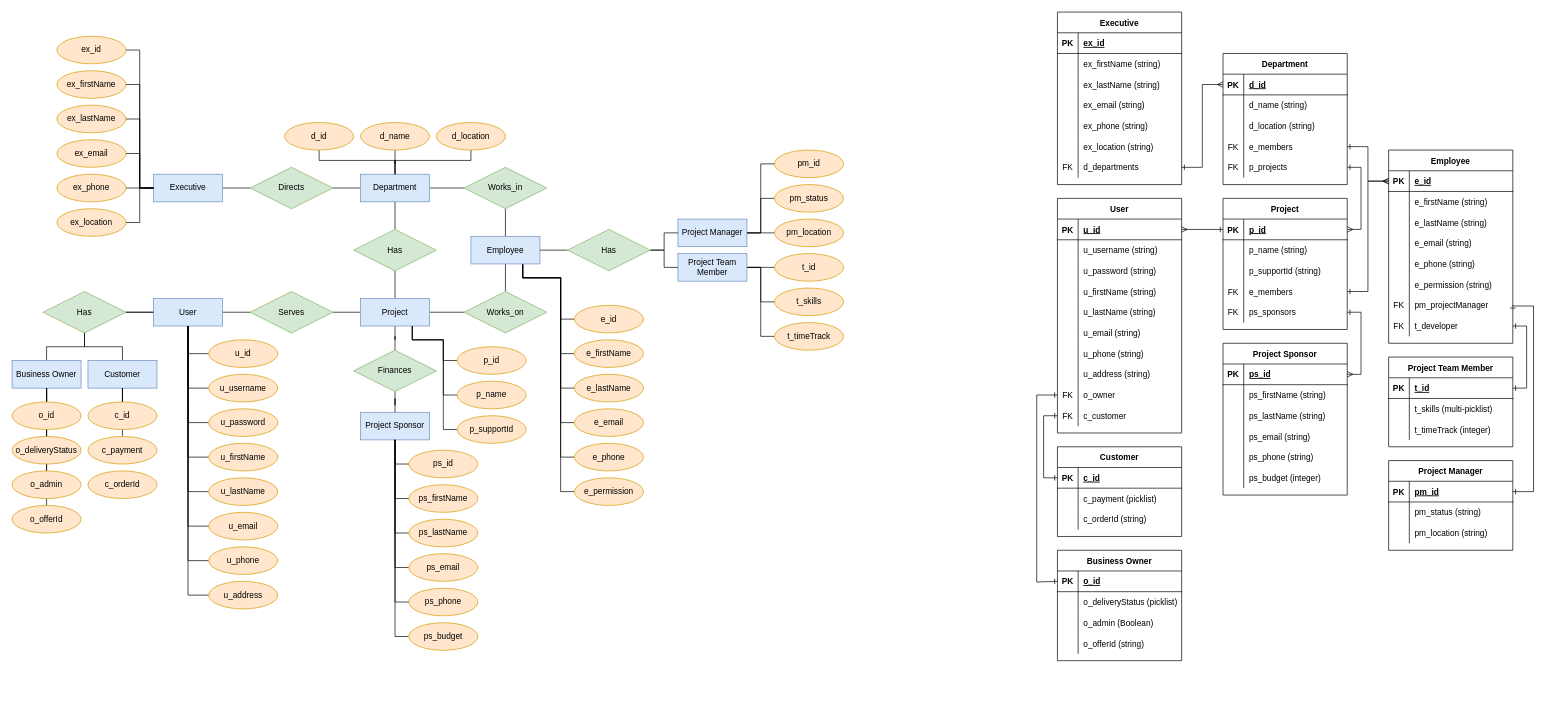
Earlier version of the draw.io diagram uagc/cpt310/Online Food Ordering Database Updated.drawio (chongjk88/education). Source tidied: cells renumbered, new cells numbered last; positions are measured from the earlier drawing's top-left corner, leaving out a move shared by most shapes. Both pictures are drawn from the tidied source at 69%, with x=0, y=0 at pixel (12, 12).
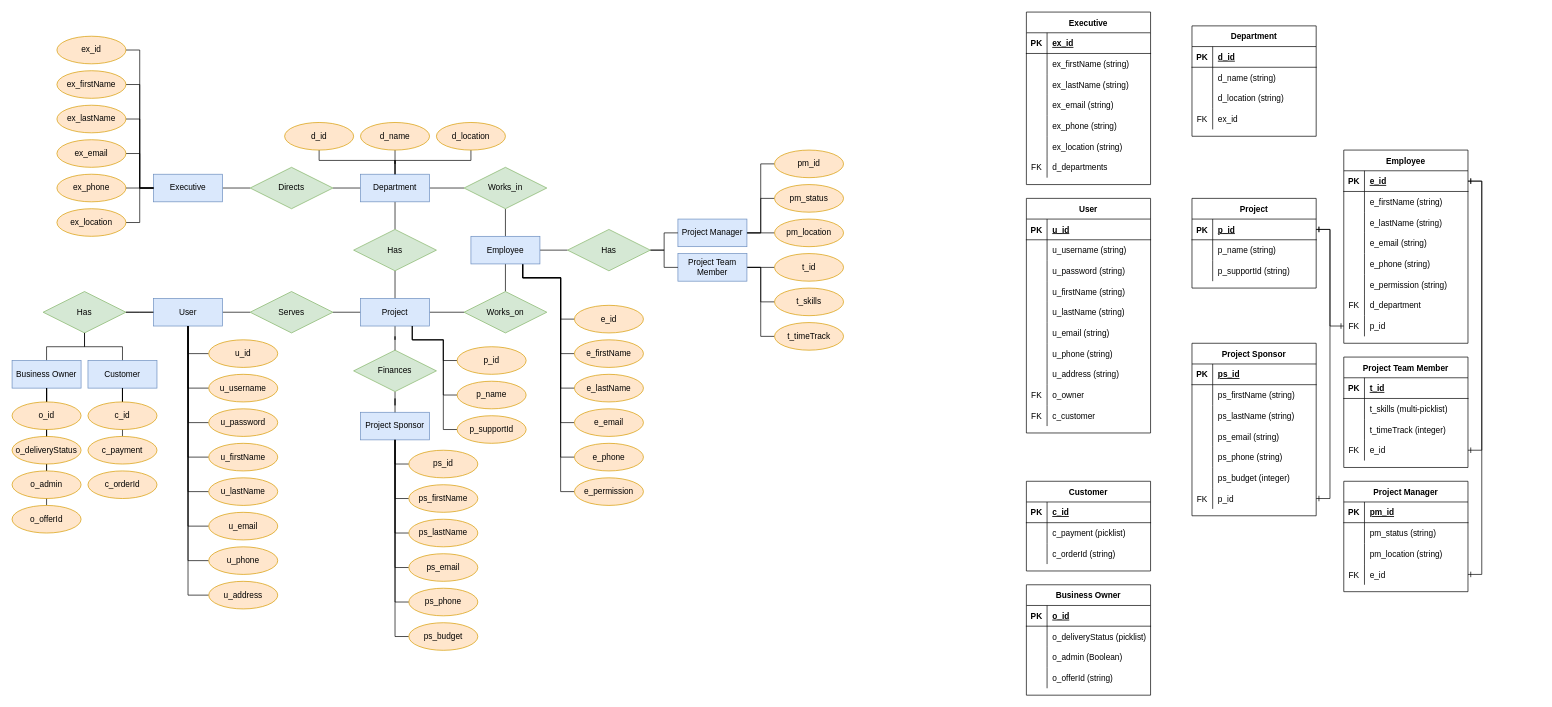
The same diagram, later.

The change refers to these unchanged cells:
```xml
<mxCell id="140" style="shape=tableRow;horizontal=0;startSize=0;swimlaneHead=0;swimlaneBody=0;fillColor=none;points=[[0,0.5],[1,0.5]];portConstraint=eastwest;top=0;left=0;right=0;bottom=0;" parent="121" vertex="1">
  <mxGeometry y="210" width="180" height="30" as="geometry" />
</mxCell>
<mxCell id="145" style="shape=tableRow;horizontal=0;startSize=0;swimlaneHead=0;swimlaneBody=0;fillColor=none;points=[[0,0.5],[1,0.5]];portConstraint=eastwest;top=0;left=0;right=0;bottom=1;" parent="144" vertex="1">
  <mxGeometry y="30" width="180" height="30" as="geometry" />
</mxCell>
<mxCell id="154" style="shape=tableRow;horizontal=0;startSize=0;swimlaneHead=0;swimlaneBody=0;fillColor=none;points=[[0,0.5],[1,0.5]];portConstraint=eastwest;top=0;left=0;right=0;bottom=0;" parent="144" vertex="1">
  <mxGeometry y="120" width="180" height="30" as="geometry" />
</mxCell>
<mxCell id="161" style="shape=tableRow;horizontal=0;startSize=0;swimlaneHead=0;swimlaneBody=0;fillColor=none;points=[[0,0.5],[1,0.5]];portConstraint=eastwest;top=0;left=0;right=0;bottom=1;" parent="160" vertex="1">
  <mxGeometry y="30" width="180" height="30" as="geometry" />
</mxCell>
<mxCell id="177" style="shape=tableRow;horizontal=0;startSize=0;swimlaneHead=0;swimlaneBody=0;fillColor=none;points=[[0,0.5],[1,0.5]];portConstraint=eastwest;top=0;left=0;right=0;bottom=1;" parent="176" vertex="1">
  <mxGeometry y="30" width="180" height="30" as="geometry" />
</mxCell>
<mxCell id="201" style="shape=tableRow;horizontal=0;startSize=0;swimlaneHead=0;swimlaneBody=0;fillColor=none;points=[[0,0.5],[1,0.5]];portConstraint=eastwest;top=0;left=0;right=0;bottom=0;" parent="176" vertex="1">
  <mxGeometry y="270" width="180" height="30" as="geometry" />
</mxCell>
<mxCell id="204" style="shape=tableRow;horizontal=0;startSize=0;swimlaneHead=0;swimlaneBody=0;fillColor=none;points=[[0,0.5],[1,0.5]];portConstraint=eastwest;top=0;left=0;right=0;bottom=0;" parent="176" vertex="1">
  <mxGeometry y="300" width="180" height="30" as="geometry" />
</mxCell>
<mxCell id="208" style="shape=tableRow;horizontal=0;startSize=0;swimlaneHead=0;swimlaneBody=0;fillColor=none;points=[[0,0.5],[1,0.5]];portConstraint=eastwest;top=0;left=0;right=0;bottom=1;" parent="207" vertex="1">
  <mxGeometry y="30" width="180" height="30" as="geometry" />
</mxCell>
<mxCell id="221" style="shape=tableRow;horizontal=0;startSize=0;swimlaneHead=0;swimlaneBody=0;fillColor=none;points=[[0,0.5],[1,0.5]];portConstraint=eastwest;top=0;left=0;right=0;bottom=1;" parent="220" vertex="1">
  <mxGeometry y="30" width="180" height="30" as="geometry" />
</mxCell>
<mxCell id="231" style="shape=tableRow;horizontal=0;startSize=0;swimlaneHead=0;swimlaneBody=0;fillColor=none;points=[[0,0.5],[1,0.5]];portConstraint=eastwest;top=0;left=0;right=0;bottom=1;" parent="230" vertex="1">
  <mxGeometry y="30" width="180" height="30" as="geometry" />
</mxCell>
<mxCell id="249" style="shape=tableRow;horizontal=0;startSize=0;swimlaneHead=0;swimlaneBody=0;fillColor=none;points=[[0,0.5],[1,0.5]];portConstraint=eastwest;top=0;left=0;right=0;bottom=0;" parent="230" vertex="1">
  <mxGeometry y="210" width="180" height="30" as="geometry" />
</mxCell>
<mxCell id="252" style="shape=tableRow;horizontal=0;startSize=0;swimlaneHead=0;swimlaneBody=0;fillColor=none;points=[[0,0.5],[1,0.5]];portConstraint=eastwest;top=0;left=0;right=0;bottom=0;" parent="230" vertex="1">
  <mxGeometry y="240" width="180" height="30" as="geometry" />
</mxCell>
<mxCell id="256" style="shape=tableRow;horizontal=0;startSize=0;swimlaneHead=0;swimlaneBody=0;fillColor=none;points=[[0,0.5],[1,0.5]];portConstraint=eastwest;top=0;left=0;right=0;bottom=1;" parent="255" vertex="1">
  <mxGeometry y="30" width="180" height="30" as="geometry" />
</mxCell>
<mxCell id="266" style="shape=tableRow;horizontal=0;startSize=0;swimlaneHead=0;swimlaneBody=0;fillColor=none;points=[[0,0.5],[1,0.5]];portConstraint=eastwest;top=0;left=0;right=0;bottom=1;" parent="265" vertex="1">
  <mxGeometry y="30" width="180" height="30" as="geometry" />
</mxCell>
<mxCell id="276" style="shape=tableRow;horizontal=0;startSize=0;swimlaneHead=0;swimlaneBody=0;fillColor=none;points=[[0,0.5],[1,0.5]];portConstraint=eastwest;top=0;left=0;right=0;bottom=1;" parent="275" vertex="1">
  <mxGeometry y="30" width="180" height="30" as="geometry" />
</mxCell>
```

What changed in the source:
```diff
@@
-    <mxCell id="120" style="edgeStyle=orthogonalEdgeStyle;rounded=0;jettySize=auto;html=1;entryX=0;entryY=0.5;entryDx=0;entryDy=0;endArrow=ERmany;endFill=0;startArrow=ERone;startFill=0;exitX=1;exitY=0.5;exitDx=0;exitDy=0;" parent="1" edge="1" source="140" target="145">
-      <mxGeometry relative="1" as="geometry" />
-    </mxCell>
     <mxCell id="121" value="Executive" style="shape=table;startSize=30;childLayout=tableLayout;rowLines=0;fontStyle=1;align=center;" parent="1" vertex="1">
-      <mxGeometry x="1515" width="180" height="250" as="geometry" />
+      <mxGeometry x="1470" width="180" height="250" as="geometry" />
     </mxCell>
@@
-    <mxCell id="143" style="edgeStyle=orthogonalEdgeStyle;rounded=0;jettySize=auto;html=1;entryX=0;entryY=0.5;entryDx=0;entryDy=0;startArrow=ERone;startFill=0;endArrow=ERmany;endFill=0;exitX=1;exitY=0.5;exitDx=0;exitDy=0;" parent="1" edge="1" source="154" target="231">
-      <mxGeometry relative="1" as="geometry" />
-    </mxCell>
     <mxCell id="144" value="Department" style="shape=table;startSize=30;childLayout=tableLayout;rowLines=0;fontStyle=1;align=center;" parent="1" vertex="1">
-      <mxGeometry x="1755" y="60" width="180" height="190" as="geometry" />
+      <mxGeometry x="1710" y="20" width="180" height="160" as="geometry" />
     </mxCell>
@@
-    <mxCell id="156" value="e_members" style="shape=partialRectangle;fillColor=none;top=0;left=0;bottom=0;right=0;align=left;spacingLeft=6;overflow=hidden;" parent="154" vertex="1">
+    <mxCell id="156" value="ex_id" style="shape=partialRectangle;fillColor=none;top=0;left=0;bottom=0;right=0;align=left;spacingLeft=6;overflow=hidden;" parent="154" vertex="1">
       <mxGeometry x="30" width="150" height="30" as="geometry" />
     </mxCell>
-    <mxCell id="157" style="shape=tableRow;horizontal=0;startSize=0;swimlaneHead=0;swimlaneBody=0;fillColor=none;points=[[0,0.5],[1,0.5]];portConstraint=eastwest;top=0;left=0;right=0;bottom=0;" parent="144" vertex="1">
-      <mxGeometry y="150" width="180" height="30" as="geometry" />
-    </mxCell>
-    <mxCell id="158" value="FK" style="shape=partialRectangle;fillColor=none;top=0;left=0;bottom=0;right=0;overflow=hidden;" parent="157" vertex="1">
-      <mxGeometry width="30" height="30" as="geometry" />
-    </mxCell>
-    <mxCell id="159" value="p_projects" style="shape=partialRectangle;fillColor=none;top=0;left=0;bottom=0;right=0;align=left;spacingLeft=6;overflow=hidden;" parent="157" vertex="1">
-      <mxGeometry x="30" width="150" height="30" as="geometry" />
-    </mxCell>
     <mxCell id="160" value="Project" style="shape=table;startSize=30;childLayout=tableLayout;rowLines=0;fontStyle=1;align=center;" parent="1" vertex="1">
-      <mxGeometry x="1755" y="270" width="180" height="190" as="geometry" />
+      <mxGeometry x="1710" y="270" width="180" height="130" as="geometry" />
     </mxCell>
@@
-    <mxCell id="170" style="shape=tableRow;horizontal=0;startSize=0;swimlaneHead=0;swimlaneBody=0;fillColor=none;points=[[0,0.5],[1,0.5]];portConstraint=eastwest;top=0;left=0;right=0;bottom=0;" parent="160" vertex="1">
-      <mxGeometry y="120" width="180" height="30" as="geometry" />
-    </mxCell>
-    <mxCell id="171" value="FK" style="shape=partialRectangle;fillColor=none;top=0;left=0;bottom=0;right=0;overflow=hidden;" parent="170" vertex="1">
-      <mxGeometry width="30" height="30" as="geometry" />
-    </mxCell>
-    <mxCell id="172" value="e_members" style="shape=partialRectangle;fillColor=none;top=0;left=0;bottom=0;right=0;align=left;spacingLeft=6;overflow=hidden;" parent="170" vertex="1">
-      <mxGeometry x="30" width="150" height="30" as="geometry" />
-    </mxCell>
-    <mxCell id="173" style="shape=tableRow;horizontal=0;startSize=0;swimlaneHead=0;swimlaneBody=0;fillColor=none;points=[[0,0.5],[1,0.5]];portConstraint=eastwest;top=0;left=0;right=0;bottom=0;" parent="160" vertex="1">
-      <mxGeometry y="150" width="180" height="30" as="geometry" />
-    </mxCell>
-    <mxCell id="174" value="FK" style="shape=partialRectangle;fillColor=none;top=0;left=0;bottom=0;right=0;overflow=hidden;" parent="173" vertex="1">
-      <mxGeometry width="30" height="30" as="geometry" />
-    </mxCell>
-    <mxCell id="175" value="ps_sponsors" style="shape=partialRectangle;fillColor=none;top=0;left=0;bottom=0;right=0;align=left;spacingLeft=6;overflow=hidden;" parent="173" vertex="1">
-      <mxGeometry x="30" width="150" height="30" as="geometry" />
-    </mxCell>
     <mxCell id="176" value="User" style="shape=table;startSize=30;childLayout=tableLayout;rowLines=0;fontStyle=1;align=center;" parent="1" vertex="1">
-      <mxGeometry x="1515" y="270" width="180" height="340" as="geometry" />
+      <mxGeometry x="1470" y="270" width="180" height="340" as="geometry" />
     </mxCell>
@@
     <mxCell id="207" value="Business Owner" style="shape=table;startSize=30;childLayout=tableLayout;rowLines=0;fontStyle=1;align=center;" parent="1" vertex="1">
-      <mxGeometry x="1515" y="780" width="180" height="160" as="geometry" />
+      <mxGeometry x="1470" y="830" width="180" height="160" as="geometry" />
     </mxCell>
@@
     <mxCell id="220" value="Customer" style="shape=table;startSize=30;childLayout=tableLayout;rowLines=0;fontStyle=1;align=center;" parent="1" vertex="1">
-      <mxGeometry x="1515" y="630" width="180" height="130" as="geometry" />
+      <mxGeometry x="1470" y="680" width="180" height="130" as="geometry" />
     </mxCell>
@@
     <mxCell id="230" value="Employee" style="shape=table;startSize=30;childLayout=tableLayout;rowLines=0;fontStyle=1;align=center;" parent="1" vertex="1">
-      <mxGeometry x="1995" y="200" width="180" height="280" as="geometry" />
+      <mxGeometry x="1930" y="200" width="180" height="280" as="geometry" />
     </mxCell>
@@
-    <mxCell id="251" value="pm_projectManager" style="shape=partialRectangle;fillColor=none;top=0;left=0;bottom=0;right=0;align=left;spacingLeft=6;overflow=hidden;" parent="249" vertex="1">
+    <mxCell id="251" value="d_department" style="shape=partialRectangle;fillColor=none;top=0;left=0;bottom=0;right=0;align=left;spacingLeft=6;overflow=hidden;" parent="249" vertex="1">
       <mxGeometry x="30" width="150" height="30" as="geometry" />
     </mxCell>
@@
-    <mxCell id="254" value="t_developer" style="shape=partialRectangle;fillColor=none;top=0;left=0;bottom=0;right=0;align=left;spacingLeft=6;overflow=hidden;" parent="252" vertex="1">
+    <mxCell id="254" value="p_id" style="shape=partialRectangle;fillColor=none;top=0;left=0;bottom=0;right=0;align=left;spacingLeft=6;overflow=hidden;" parent="252" vertex="1">
       <mxGeometry x="30" width="150" height="30" as="geometry" />
     </mxCell>
     <mxCell id="255" value="Project Manager" style="shape=table;startSize=30;childLayout=tableLayout;rowLines=0;fontStyle=1;align=center;" parent="1" vertex="1">
-      <mxGeometry x="1995" y="650" width="180" height="130" as="geometry" />
+      <mxGeometry x="1930" y="680" width="180" height="160" as="geometry" />
     </mxCell>
@@
+    <mxCell id="310" style="shape=tableRow;horizontal=0;startSize=0;swimlaneHead=0;swimlaneBody=0;fillColor=none;points=[[0,0.5],[1,0.5]];portConstraint=eastwest;top=0;left=0;right=0;bottom=0;" parent="255" vertex="1">
+      <mxGeometry y="120" width="180" height="30" as="geometry" />
+    </mxCell>
+    <mxCell id="311" value="FK" style="shape=partialRectangle;fillColor=none;top=0;left=0;bottom=0;right=0;overflow=hidden;" parent="310" vertex="1">
+      <mxGeometry width="30" height="30" as="geometry" />
+    </mxCell>
+    <mxCell id="312" value="e_id" style="shape=partialRectangle;fillColor=none;top=0;left=0;bottom=0;right=0;align=left;spacingLeft=6;overflow=hidden;" parent="310" vertex="1">
+      <mxGeometry x="30" width="150" height="30" as="geometry" />
+    </mxCell>
     <mxCell id="265" value="Project Team Member" style="shape=table;startSize=30;childLayout=tableLayout;rowLines=0;fontStyle=1;align=center;" parent="1" vertex="1">
-      <mxGeometry x="1995" y="500" width="180" height="130" as="geometry" />
+      <mxGeometry x="1930" y="500" width="180" height="160" as="geometry" />
     </mxCell>
@@
+    <mxCell id="313" style="shape=tableRow;horizontal=0;startSize=0;swimlaneHead=0;swimlaneBody=0;fillColor=none;points=[[0,0.5],[1,0.5]];portConstraint=eastwest;top=0;left=0;right=0;bottom=0;" parent="265" vertex="1">
+      <mxGeometry y="120" width="180" height="30" as="geometry" />
+    </mxCell>
+    <mxCell id="314" value="FK" style="shape=partialRectangle;fillColor=none;top=0;left=0;bottom=0;right=0;overflow=hidden;" parent="313" vertex="1">
+      <mxGeometry width="30" height="30" as="geometry" />
+    </mxCell>
+    <mxCell id="315" value="e_id" style="shape=partialRectangle;fillColor=none;top=0;left=0;bottom=0;right=0;align=left;spacingLeft=6;overflow=hidden;" parent="313" vertex="1">
+      <mxGeometry x="30" width="150" height="30" as="geometry" />
+    </mxCell>
     <mxCell id="275" value="Project Sponsor" style="shape=table;startSize=30;childLayout=tableLayout;rowLines=0;fontStyle=1;align=center;" parent="1" vertex="1">
-      <mxGeometry x="1755" y="480" width="180" height="220" as="geometry" />
+      <mxGeometry x="1710" y="480" width="180" height="250" as="geometry" />
     </mxCell>
@@
+    <mxCell id="316" style="shape=tableRow;horizontal=0;startSize=0;swimlaneHead=0;swimlaneBody=0;fillColor=none;points=[[0,0.5],[1,0.5]];portConstraint=eastwest;top=0;left=0;right=0;bottom=0;" parent="275" vertex="1">
+      <mxGeometry y="210" width="180" height="30" as="geometry" />
+    </mxCell>
+    <mxCell id="317" value="FK" style="shape=partialRectangle;fillColor=none;top=0;left=0;bottom=0;right=0;overflow=hidden;" parent="316" vertex="1">
+      <mxGeometry width="30" height="30" as="geometry" />
+    </mxCell>
+    <mxCell id="318" value="p_id" style="shape=partialRectangle;fillColor=none;top=0;left=0;bottom=0;right=0;align=left;spacingLeft=6;overflow=hidden;" parent="316" vertex="1">
+      <mxGeometry x="30" width="150" height="30" as="geometry" />
+    </mxCell>
@@
-    <mxCell id="302" style="edgeStyle=orthogonalEdgeStyle;rounded=0;jettySize=auto;html=1;entryX=1;entryY=0.5;entryDx=0;entryDy=0;startArrow=ERone;startFill=0;endArrow=ERmany;endFill=0;" parent="1" edge="1" source="161" target="177">
-      <mxGeometry relative="1" as="geometry" />
-    </mxCell>
-    <mxCell id="303" style="edgeStyle=orthogonalEdgeStyle;rounded=0;jettySize=auto;html=1;entryX=0;entryY=0.5;entryDx=0;entryDy=0;startArrow=ERone;startFill=0;endArrow=ERmany;endFill=0;exitX=1;exitY=0.5;exitDx=0;exitDy=0;" parent="1" edge="1" source="170" target="231">
-      <mxGeometry relative="1" as="geometry" />
-    </mxCell>
-    <mxCell id="304" style="edgeStyle=orthogonalEdgeStyle;rounded=0;jettySize=auto;html=1;exitX=1;exitY=0.5;exitDx=0;exitDy=0;entryX=1;entryY=0.5;entryDx=0;entryDy=0;startArrow=ERone;startFill=0;endArrow=ERmany;endFill=0;" parent="1" edge="1" source="157" target="161">
-      <mxGeometry relative="1" as="geometry" />
-    </mxCell>
-    <mxCell id="305" style="edgeStyle=orthogonalEdgeStyle;rounded=0;jettySize=auto;html=1;exitX=1;exitY=0.5;exitDx=0;exitDy=0;entryX=1;entryY=0.5;entryDx=0;entryDy=0;startArrow=ERone;startFill=0;endArrow=ERmany;endFill=0;" parent="1" edge="1" source="173" target="276">
-      <mxGeometry relative="1" as="geometry" />
-    </mxCell>
-    <mxCell id="306" style="edgeStyle=orthogonalEdgeStyle;rounded=0;jettySize=auto;html=1;exitX=1;exitY=0.5;exitDx=0;exitDy=0;entryX=1;entryY=0.5;entryDx=0;entryDy=0;startArrow=ERone;startFill=0;endArrow=ERone;endFill=0;" parent="1" edge="1" source="249" target="256">
-      <mxGeometry relative="1" as="geometry">
-        <Array as="points">
-          <mxPoint x="2205" y="426" />
-          <mxPoint x="2205" y="695" />
-        </Array>
-      </mxGeometry>
-    </mxCell>
-    <mxCell id="307" style="edgeStyle=orthogonalEdgeStyle;rounded=0;jettySize=auto;html=1;exitX=1;exitY=0.5;exitDx=0;exitDy=0;entryX=1;entryY=0.5;entryDx=0;entryDy=0;startArrow=ERone;startFill=0;endArrow=ERone;endFill=0;" parent="1" edge="1" source="252" target="266">
-      <mxGeometry relative="1" as="geometry" />
-    </mxCell>
-    <mxCell id="308" style="edgeStyle=orthogonalEdgeStyle;rounded=0;jettySize=auto;html=1;exitX=0;exitY=0.5;exitDx=0;exitDy=0;entryX=0;entryY=0.5;entryDx=0;entryDy=0;startArrow=ERone;startFill=0;endArrow=ERone;endFill=0;" parent="1" edge="1" source="201" target="208">
-      <mxGeometry relative="1" as="geometry">
-        <Array as="points">
-          <mxPoint x="1485" y="555" />
-          <mxPoint x="1485" y="826" />
-        </Array>
-      </mxGeometry>
-    </mxCell>
-    <mxCell id="309" style="edgeStyle=orthogonalEdgeStyle;rounded=0;jettySize=auto;html=1;exitX=0;exitY=0.5;exitDx=0;exitDy=0;entryX=0;entryY=0.5;entryDx=0;entryDy=0;startArrow=ERone;startFill=0;endArrow=ERone;endFill=0;" parent="1" edge="1" source="204" target="221">
-      <mxGeometry relative="1" as="geometry" />
-    </mxCell>
+    <mxCell id="319" style="edgeStyle=orthogonalEdgeStyle;rounded=0;jettySize=auto;html=1;exitX=1;exitY=0.5;exitDx=0;exitDy=0;entryX=1;entryY=0.5;entryDx=0;entryDy=0;startArrow=ERone;startFill=0;endArrow=ERone;endFill=0;" parent="1" edge="1" source="231" target="313">
+      <mxGeometry relative="1" as="geometry" />
+    </mxCell>
+    <mxCell id="320" style="edgeStyle=orthogonalEdgeStyle;rounded=0;jettySize=auto;html=1;exitX=1;exitY=0.5;exitDx=0;exitDy=0;entryX=1;entryY=0.5;entryDx=0;entryDy=0;startArrow=ERone;startFill=0;endArrow=ERone;endFill=0;" parent="1" edge="1" source="231" target="310">
+      <mxGeometry relative="1" as="geometry" />
+    </mxCell>
+    <mxCell id="321" style="edgeStyle=orthogonalEdgeStyle;rounded=0;jettySize=auto;html=1;exitX=1;exitY=0.5;exitDx=0;exitDy=0;entryX=0;entryY=0.5;entryDx=0;entryDy=0;startArrow=ERone;startFill=0;endArrow=ERone;endFill=0;" parent="1" edge="1" source="161" target="252">
+      <mxGeometry relative="1" as="geometry" />
+    </mxCell>
+    <mxCell id="322" style="edgeStyle=orthogonalEdgeStyle;rounded=0;jettySize=auto;html=1;exitX=1;exitY=0.5;exitDx=0;exitDy=0;entryX=1;entryY=0.5;entryDx=0;entryDy=0;startArrow=ERone;startFill=0;endArrow=ERone;endFill=0;" parent="1" edge="1" source="161" target="316">
+      <mxGeometry relative="1" as="geometry" />
+    </mxCell>
```
